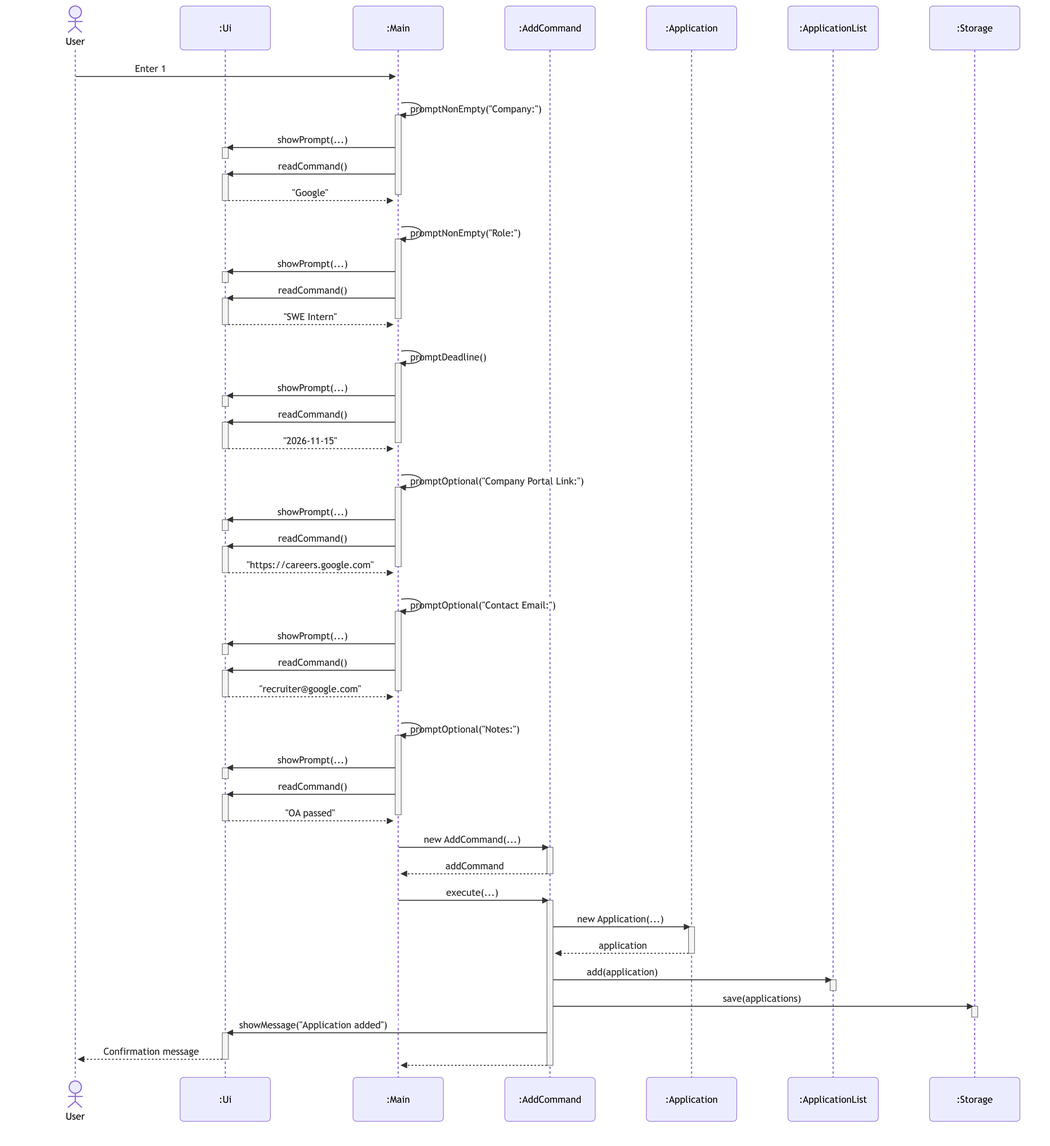
Earlier version of the Mermaid export docs/diagrams/add-application-sequence.png (AY2627S1-CS2113-T10-2/tp). Its source is kept beside it as docs/diagrams/sources/add-application-sequence.mmd.
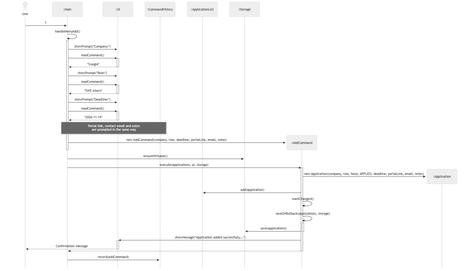
After the change.

Change to the diagram source:
```diff
@@ -1,97 +1,49 @@
-%%{init: {'theme': 'default', 'sequence': {'actorMargin': 85, 'messageMargin': 45}}}%%
-%%{init: {'theme': 'default', 'sequence': {'actorMargin': 85, 'messageMargin': 45}}}%%
-%%{init: {'theme': 'default', 'sequence': {'actorMargin': 85, 'messageMargin': 45}}}%%
+%%{init: {'theme': 'neutral', 'sequence': {'mirrorActors': false, 'actorMargin': 60, 'messageMargin': 28}}}%%
 sequenceDiagram
     actor user as User
+    participant main as :Main
     participant ui as :Ui
-    participant main as :Main
-    participant cmd as :AddCommand
-    participant app as :Application
+    participant history as :CommandHistory
     participant list as :ApplicationList
     participant storage as :Storage
 
-    user->>main: Enter 1
-    main->>main: promptNonEmpty("Company:")
+    user->>main: 1
+    main->>main: handleMenuAdd()
     activate main
-    main->>ui: showPrompt(...)
-    activate ui
-    deactivate ui
+    main->>ui: showPrompt("Company:")
     main->>ui: readCommand()
     activate ui
     ui-->>main: "Google"
     deactivate ui
-    deactivate main
-    main->>main: promptNonEmpty("Role:")
-    activate main
-    main->>ui: showPrompt(...)
-    activate ui
-    deactivate ui
+    main->>ui: showPrompt("Role:")
     main->>ui: readCommand()
     activate ui
     ui-->>main: "SWE Intern"
     deactivate ui
-    deactivate main
-    main->>main: promptDeadline()
-    activate main
-    main->>ui: showPrompt(...)
-    activate ui
-    deactivate ui
+    main->>ui: showPrompt("Deadline:")
     main->>ui: readCommand()
     activate ui
     ui-->>main: "2026-11-15"
     deactivate ui
+    Note over main,history: Portal link, contact email and notes<br/>are prompted in the same way
+    create participant cmd as :AddCommand
+    main->>cmd: new AddCommand(company, role, deadline, portalLink, email, notes)
     deactivate main
-    main->>main: promptOptional("Company Portal Link:")
-    activate main
-    main->>ui: showPrompt(...)
-    activate ui
-    deactivate ui
-    main->>ui: readCommand()
-    activate ui
-    ui-->>main: "https://careers.google.com"
-    deactivate ui
-    deactivate main
-    main->>main: promptOptional("Contact Email:")
-    activate main
-    main->>ui: showPrompt(...)
-    activate ui
-    deactivate ui
-    main->>ui: readCommand()
-    activate ui
-    ui-->>main: "recruiter@google.com"
-    deactivate ui
-    deactivate main
-    main->>main: promptOptional("Notes:")
-    activate main
-    main->>ui: showPrompt(...)
-    activate ui
-    deactivate ui
-    main->>ui: readCommand()
-    activate ui
-    ui-->>main: "OA passed"
-    deactivate ui
-    deactivate main
-
-    main->>cmd: new AddCommand(...)
+    main->>storage: ensureWritable()
+    main->>cmd: execute(applications, ui, storage)
     activate cmd
-    cmd-->>main: addCommand
+    create participant app as :Application
+    cmd->>app: new Application(company, role, false, APPLIED, deadline, portalLink, email, notes)
+    cmd->>list: add(application)
+    cmd->>cmd: markChanged()
+    cmd->>cmd: saveOrRollback(applications, storage)
+    activate cmd
+    cmd->>storage: save(applications)
     deactivate cmd
-
-    main->>cmd: execute(...)
-    activate cmd
-    cmd->>app: new Application(...)
-    activate app
-    app-->>cmd: application
-    deactivate app
-    cmd->>list: add(application)
-    activate list
-    deactivate list
-    cmd->>storage: save(applications)
-    activate storage
-    deactivate storage
-    cmd->>ui: showMessage("Application added")
+    cmd->>ui: showMessage("Application added successfully...")
     activate ui
     ui-->>user: Confirmation message
     deactivate ui
     cmd-->>main:
     deactivate cmd
+    main->>history: record(addCommand)
```
